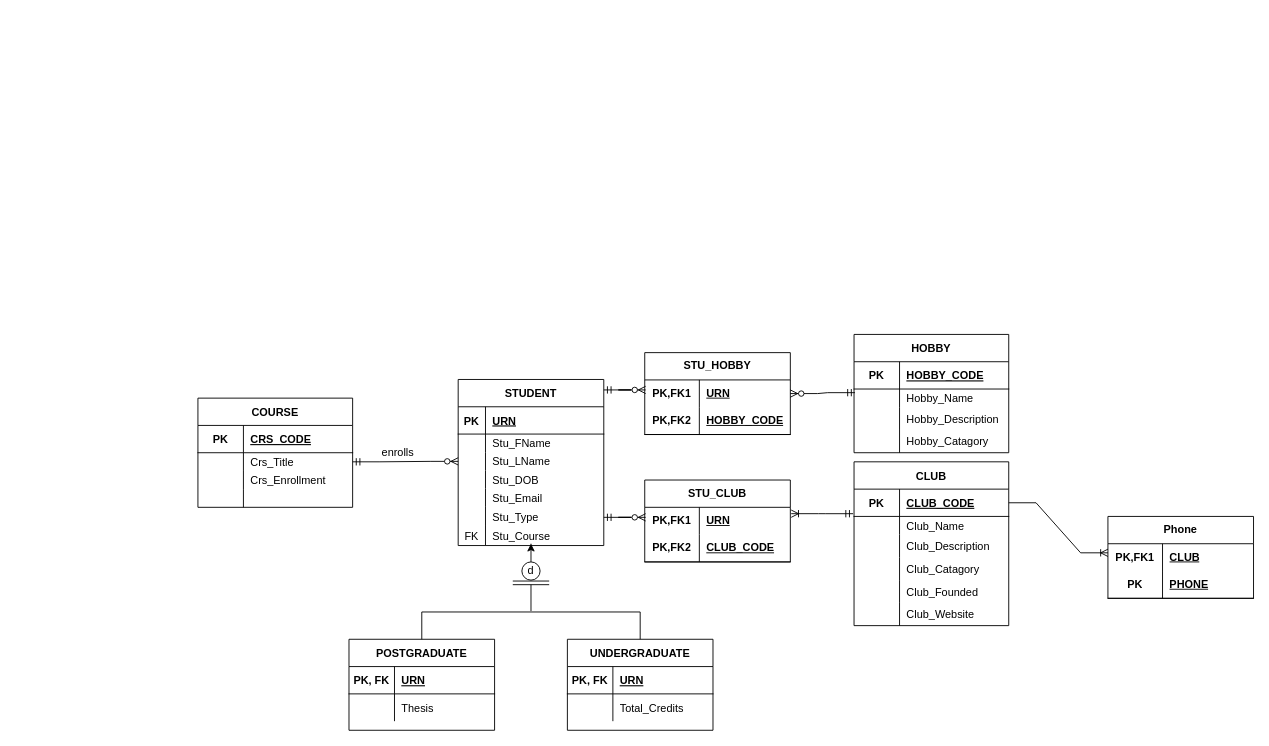
Earlier version of the draw.io diagram Pre-normalised.drawio (Fin-JNINJA/webdatabasechristmas). Source tidied: cells renumbered, new cells numbered last; positions are measured from the earlier drawing's top-left corner, leaving out a move shared by most shapes. Both pictures are drawn from the tidied source at 91%, with x=0, y=0 at pixel (197, 334).
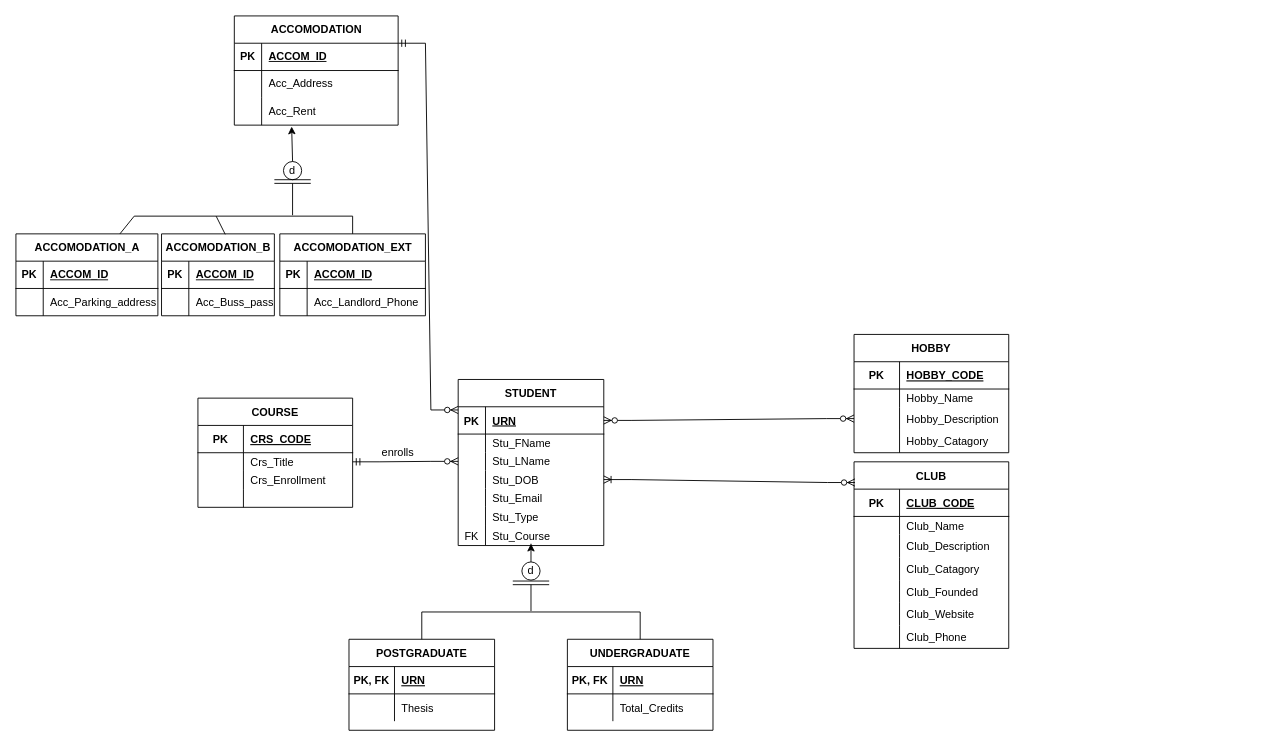
Above is the later version.

Unchanged cells that the change refers to:
```xml
<mxCell id="4" style="shape=partialRectangle;fillColor=none;points=[[0,0.5],[1,0.5]];portConstraint=eastwest;top=0;left=0;right=0;bottom=1;" parent="3" vertex="1">
  <mxGeometry y="30" width="160" height="30" as="geometry" />
</mxCell>
<mxCell id="13" style="shape=partialRectangle;fillColor=none;points=[[0,0.5],[1,0.5]];portConstraint=eastwest;top=0;left=0;right=0;bottom=0;" parent="3" vertex="1">
  <mxGeometry y="100" width="160" height="20" as="geometry" />
</mxCell>
<mxCell id="69" style="shape=partialRectangle;fillColor=none;points=[[0,0.5],[1,0.5]];portConstraint=eastwest;top=0;left=0;right=0;bottom=0;" parent="65" vertex="1">
  <mxGeometry y="60" width="170" height="20" as="geometry" />
</mxCell>
<mxCell id="72" style="shape=partialRectangle;fillColor=none;points=[[0,0.5],[1,0.5]];portConstraint=eastwest;top=0;left=0;right=0;bottom=0;" parent="65" vertex="1">
  <mxGeometry y="80" width="170" height="25" as="geometry" />
</mxCell>
<mxCell id="88" style="shape=partialRectangle;fillColor=none;points=[[0,0.5],[1,0.5]];portConstraint=eastwest;top=0;left=0;right=0;bottom=1;" parent="87" vertex="1">
  <mxGeometry y="30" width="170" height="30" as="geometry" />
</mxCell>
<mxCell id="91" style="shape=partialRectangle;fillColor=none;points=[[0,0.5],[1,0.5]];portConstraint=eastwest;top=0;left=0;right=0;bottom=0;" parent="87" vertex="1">
  <mxGeometry y="60" width="170" height="20" as="geometry" />
</mxCell>
```

Change to the diagram source:
```diff
@@
-    <mxCell id="78" style="edgeStyle=entityRelationEdgeStyle;fontSize=12;html=1;endArrow=ERzeroToMany;startArrow=ERmandOne;rounded=0;exitX=0.994;exitY=0.075;exitDx=0;exitDy=0;exitPerimeter=0;entryX=0.006;entryY=0.033;entryDx=0;entryDy=0;entryPerimeter=0;" parent="1" edge="1">
-      <mxGeometry relative="1" as="geometry">
-        <mxPoint x="446" y="61" as="sourcePoint" />
-        <mxPoint x="492" y="61" as="targetPoint" />
-      </mxGeometry>
-    </mxCell>
-    <mxCell id="79" value="STU_HOBBY" style="shape=table;startSize=30;childLayout=tableLayout;rowLines=0;fontStyle=1;align=center;html=1;whiteSpace=wrap;" parent="1" vertex="1">
-      <mxGeometry x="491" y="20" width="160" height="90" as="geometry" />
-    </mxCell>
-    <mxCell id="80" style="shape=tableRow;horizontal=0;startSize=0;swimlaneHead=0;swimlaneBody=0;fillColor=none;points=[[0,0.5],[1,0.5]];portConstraint=eastwest;top=0;left=0;right=0;bottom=0;html=1;" parent="79" vertex="1">
-      <mxGeometry y="30" width="160" height="30" as="geometry" />
-    </mxCell>
-    <mxCell id="81" value="PK,FK1" style="shape=partialRectangle;fillColor=none;top=0;left=0;bottom=0;right=0;fontStyle=1;overflow=hidden;html=1;whiteSpace=wrap;" parent="80" vertex="1">
-      <mxGeometry width="60" height="30" as="geometry" />
-    </mxCell>
-    <mxCell id="82" value="URN" style="shape=partialRectangle;fillColor=none;top=0;left=0;bottom=0;right=0;align=left;spacingLeft=6;fontStyle=5;overflow=hidden;html=1;whiteSpace=wrap;" parent="80" vertex="1">
-      <mxGeometry x="60" width="100" height="30" as="geometry" />
-    </mxCell>
-    <mxCell id="83" style="shape=tableRow;horizontal=0;startSize=0;swimlaneHead=0;swimlaneBody=0;fillColor=none;top=0;left=0;right=0;bottom=1;html=1;" parent="79" vertex="1">
-      <mxGeometry y="60" width="160" height="30" as="geometry" />
-    </mxCell>
-    <mxCell id="84" value="PK,FK2" style="shape=partialRectangle;fillColor=none;top=0;left=0;bottom=0;right=0;fontStyle=1;overflow=hidden;html=1;whiteSpace=wrap;" parent="83" vertex="1">
-      <mxGeometry width="60" height="30" as="geometry" />
-    </mxCell>
-    <mxCell id="85" value="HOBBY_CODE" style="shape=partialRectangle;fillColor=none;top=0;left=0;bottom=0;right=0;align=left;spacingLeft=6;fontStyle=5;overflow=hidden;html=1;whiteSpace=wrap;" parent="83" vertex="1">
-      <mxGeometry x="60" width="100" height="30" as="geometry" />
-    </mxCell>
-    <mxCell id="86" style="edgeStyle=entityRelationEdgeStyle;fontSize=12;html=1;endArrow=ERzeroToMany;startArrow=ERmandOne;rounded=0;entryX=1;entryY=0.5;entryDx=0;entryDy=0;exitX=0.006;exitY=0.2;exitDx=0;exitDy=0;exitPerimeter=0;" parent="1" edge="1" source="69" target="80">
-      <mxGeometry relative="1" as="geometry" />
-    </mxCell>
     <mxCell id="87" value="CLUB" style="shape=table;startSize=30;childLayout=tableLayout;rowLines=0;fontStyle=1;align=center;" parent="1" vertex="1">
-      <mxGeometry x="721" y="140" width="170" height="180" as="geometry" />
+      <mxGeometry x="721" y="140" width="170" height="205" as="geometry" />
     </mxCell>
@@
-    <mxCell id="106" style="edgeStyle=entityRelationEdgeStyle;fontSize=12;html=1;endArrow=ERzeroToMany;startArrow=ERmandOne;rounded=0;exitX=0.994;exitY=0.075;exitDx=0;exitDy=0;exitPerimeter=0;entryX=0.006;entryY=0.033;entryDx=0;entryDy=0;entryPerimeter=0;" parent="1" edge="1">
-      <mxGeometry relative="1" as="geometry">
-        <mxPoint x="446" y="201" as="sourcePoint" />
-        <mxPoint x="492" y="201" as="targetPoint" />
-      </mxGeometry>
-    </mxCell>
-    <mxCell id="107" value="STU_CLUB" style="shape=table;startSize=30;childLayout=tableLayout;rowLines=0;fontStyle=1;align=center;html=1;whiteSpace=wrap;" parent="1" vertex="1">
-      <mxGeometry x="491" y="160" width="160" height="90" as="geometry" />
-    </mxCell>
-    <mxCell id="108" style="shape=tableRow;horizontal=0;startSize=0;swimlaneHead=0;swimlaneBody=0;fillColor=none;points=[[0,0.5],[1,0.5]];portConstraint=eastwest;top=0;left=0;right=0;bottom=0;html=1;" parent="107" vertex="1">
-      <mxGeometry y="30" width="160" height="30" as="geometry" />
-    </mxCell>
-    <mxCell id="109" value="PK,FK1" style="shape=partialRectangle;fillColor=none;top=0;left=0;bottom=0;right=0;fontStyle=1;overflow=hidden;html=1;whiteSpace=wrap;" parent="108" vertex="1">
-      <mxGeometry width="60" height="30" as="geometry" />
-    </mxCell>
-    <mxCell id="110" value="URN" style="shape=partialRectangle;fillColor=none;top=0;left=0;bottom=0;right=0;align=left;spacingLeft=6;fontStyle=5;overflow=hidden;html=1;whiteSpace=wrap;" parent="108" vertex="1">
-      <mxGeometry x="60" width="100" height="30" as="geometry" />
-    </mxCell>
-    <mxCell id="111" style="shape=tableRow;horizontal=0;startSize=0;swimlaneHead=0;swimlaneBody=0;fillColor=none;top=0;left=0;right=0;bottom=1;html=1;" parent="107" vertex="1">
-      <mxGeometry y="60" width="160" height="30" as="geometry" />
-    </mxCell>
-    <mxCell id="112" value="PK,FK2" style="shape=partialRectangle;fillColor=none;top=0;left=0;bottom=0;right=0;fontStyle=1;overflow=hidden;html=1;whiteSpace=wrap;" parent="111" vertex="1">
-      <mxGeometry width="60" height="30" as="geometry" />
-    </mxCell>
-    <mxCell id="113" value="CLUB_CODE" style="shape=partialRectangle;fillColor=none;top=0;left=0;bottom=0;right=0;align=left;spacingLeft=6;fontStyle=5;overflow=hidden;html=1;whiteSpace=wrap;" parent="111" vertex="1">
-      <mxGeometry x="60" width="100" height="30" as="geometry" />
-    </mxCell>
-    <mxCell id="114" style="edgeStyle=entityRelationEdgeStyle;fontSize=12;html=1;endArrow=ERoneToMany;startArrow=ERmandOne;rounded=0;entryX=1.006;entryY=0.233;entryDx=0;entryDy=0;entryPerimeter=0;exitX=-0.006;exitY=-0.15;exitDx=0;exitDy=0;exitPerimeter=0;" parent="1" edge="1" source="91" target="108">
-      <mxGeometry relative="1" as="geometry" />
-    </mxCell>
-    <mxCell id="115" style="edgeStyle=entityRelationEdgeStyle;fontSize=12;html=1;endArrow=ERoneToMany;rounded=0;entryX=0;entryY=0.5;entryDx=0;entryDy=0;exitX=1;exitY=0.5;exitDx=0;exitDy=0;" parent="1" edge="1" source="88">
-      <mxGeometry relative="1" as="geometry">
-        <mxPoint x="1000" y="240" as="targetPoint" />
-      </mxGeometry>
-    </mxCell>
-    <mxCell id="116" value="Phone" style="shape=table;startSize=30;childLayout=tableLayout;rowLines=0;fontStyle=1;align=center;html=1;whiteSpace=wrap;" parent="1" vertex="1">
-      <mxGeometry x="1000" y="200" width="160" height="90" as="geometry" />
-    </mxCell>
-    <mxCell id="117" style="shape=tableRow;horizontal=0;startSize=0;swimlaneHead=0;swimlaneBody=0;fillColor=none;top=0;left=0;right=0;bottom=0;html=1;" parent="116" vertex="1">
-      <mxGeometry y="30" width="160" height="30" as="geometry" />
-    </mxCell>
-    <mxCell id="118" value="PK,FK1" style="shape=partialRectangle;fillColor=none;top=0;left=0;bottom=0;right=0;fontStyle=1;overflow=hidden;html=1;whiteSpace=wrap;" parent="117" vertex="1">
-      <mxGeometry width="60" height="30" as="geometry" />
-    </mxCell>
-    <mxCell id="119" value="CLUB" style="shape=partialRectangle;fillColor=none;top=0;left=0;bottom=0;right=0;align=left;spacingLeft=6;fontStyle=5;overflow=hidden;html=1;whiteSpace=wrap;" parent="117" vertex="1">
-      <mxGeometry x="60" width="100" height="30" as="geometry" />
-    </mxCell>
-    <mxCell id="120" style="shape=tableRow;horizontal=0;startSize=0;swimlaneHead=0;swimlaneBody=0;fillColor=none;top=0;left=0;right=0;bottom=1;html=1;" parent="116" vertex="1">
-      <mxGeometry y="60" width="160" height="30" as="geometry" />
-    </mxCell>
-    <mxCell id="121" value="PK" style="shape=partialRectangle;fillColor=none;top=0;left=0;bottom=0;right=0;fontStyle=1;overflow=hidden;html=1;whiteSpace=wrap;" parent="120" vertex="1">
-      <mxGeometry width="60" height="30" as="geometry" />
-    </mxCell>
-    <mxCell id="122" value="PHONE" style="shape=partialRectangle;fillColor=none;top=0;left=0;bottom=0;right=0;align=left;spacingLeft=6;fontStyle=5;overflow=hidden;html=1;whiteSpace=wrap;" parent="120" vertex="1">
-      <mxGeometry x="60" width="100" height="30" as="geometry" />
-    </mxCell>
+    <mxCell id="123" style="shape=partialRectangle;fillColor=none;top=0;left=0;right=0;bottom=0;" parent="87" vertex="1">
+      <mxGeometry y="180" width="170" height="25" as="geometry" />
+    </mxCell>
+    <mxCell id="124" style="shape=partialRectangle;overflow=hidden;fillColor=none;top=0;left=0;bottom=0;right=0;" parent="123" vertex="1">
+      <mxGeometry width="50" height="25" as="geometry" />
+    </mxCell>
+    <mxCell id="125" value="Club_Phone" style="shape=partialRectangle;overflow=hidden;fillColor=none;top=0;left=0;bottom=0;right=0;align=left;spacingLeft=6;" parent="123" vertex="1">
+      <mxGeometry x="50" width="120" height="25" as="geometry" />
+    </mxCell>
+    <mxCell id="126" style="edgeStyle=entityRelationEdgeStyle;fontSize=12;html=1;endArrow=ERzeroToMany;endFill=1;startArrow=ERzeroToMany;rounded=0;entryX=0;entryY=0.5;entryDx=0;entryDy=0;exitX=1;exitY=0.5;exitDx=0;exitDy=0;" parent="1" edge="1" source="4" target="72">
+      <mxGeometry relative="1" as="geometry" />
+    </mxCell>
+    <mxCell id="127" style="edgeStyle=entityRelationEdgeStyle;fontSize=12;html=1;endArrow=ERoneToMany;startArrow=ERzeroToMany;rounded=0;entryX=1;entryY=0.5;entryDx=0;entryDy=0;exitX=0.006;exitY=0.111;exitDx=0;exitDy=0;exitPerimeter=0;" parent="1" edge="1" source="87" target="13">
+      <mxGeometry relative="1" as="geometry" />
+    </mxCell>
+    <mxCell id="128" value="ACCOMODATION" style="shape=table;startSize=30;childLayout=tableLayout;rowLines=0;fontStyle=1;align=center;html=1;" parent="1" vertex="1">
+      <mxGeometry x="40" y="-350" width="180" height="120" as="geometry" />
+    </mxCell>
+    <mxCell id="129" style="shape=tableRow;horizontal=0;startSize=0;swimlaneHead=0;swimlaneBody=0;fillColor=none;top=0;left=0;right=0;bottom=1;" parent="128" vertex="1">
+      <mxGeometry y="30" width="180" height="30" as="geometry" />
+    </mxCell>
+    <mxCell id="130" value="PK" style="shape=partialRectangle;fillColor=none;top=0;left=0;bottom=0;right=0;fontStyle=1;overflow=hidden;whiteSpace=wrap;html=1;" parent="129" vertex="1">
+      <mxGeometry width="30" height="30" as="geometry" />
+    </mxCell>
+    <mxCell id="131" value="ACCOM_ID" style="shape=partialRectangle;fillColor=none;top=0;left=0;bottom=0;right=0;align=left;spacingLeft=6;fontStyle=5;overflow=hidden;whiteSpace=wrap;html=1;" parent="129" vertex="1">
+      <mxGeometry x="30" width="150" height="30" as="geometry" />
+    </mxCell>
+    <mxCell id="132" style="shape=tableRow;horizontal=0;startSize=0;swimlaneHead=0;swimlaneBody=0;fillColor=none;top=0;left=0;right=0;bottom=0;" parent="128" vertex="1">
+      <mxGeometry y="60" width="180" height="30" as="geometry" />
+    </mxCell>
+    <mxCell id="133" style="shape=partialRectangle;fillColor=none;top=0;left=0;bottom=0;right=0;overflow=hidden;whiteSpace=wrap;html=1;" parent="132" vertex="1">
+      <mxGeometry width="30" height="30" as="geometry" />
+    </mxCell>
+    <mxCell id="134" value="Acc_Address" style="shape=partialRectangle;fillColor=none;top=0;left=0;bottom=0;right=0;align=left;spacingLeft=6;overflow=hidden;whiteSpace=wrap;html=1;" parent="132" vertex="1">
+      <mxGeometry x="30" width="150" height="30" as="geometry" />
+    </mxCell>
+    <mxCell id="135" style="shape=tableRow;horizontal=0;startSize=0;swimlaneHead=0;swimlaneBody=0;fillColor=none;points=[[0,0.5],[1,0.5]];portConstraint=eastwest;top=0;left=0;right=0;bottom=0;" parent="128" vertex="1">
+      <mxGeometry y="90" width="180" height="30" as="geometry" />
+    </mxCell>
+    <mxCell id="136" style="shape=partialRectangle;fillColor=none;top=0;left=0;bottom=0;right=0;overflow=hidden;whiteSpace=wrap;html=1;" parent="135" vertex="1">
+      <mxGeometry width="30" height="30" as="geometry" />
+    </mxCell>
+    <mxCell id="137" value="Acc_Rent" style="shape=partialRectangle;fillColor=none;top=0;left=0;bottom=0;right=0;align=left;spacingLeft=6;overflow=hidden;whiteSpace=wrap;html=1;" parent="135" vertex="1">
+      <mxGeometry x="30" width="150" height="30" as="geometry" />
+    </mxCell>
+    <mxCell id="138" style="ellipse;whiteSpace=wrap;html=1;" parent="1" vertex="1">
+      <mxGeometry x="94" y="-190" width="20" height="20" as="geometry" />
+    </mxCell>
+    <mxCell id="139" value="d" style="text;html=1;strokeColor=none;fillColor=none;align=center;verticalAlign=middle;whiteSpace=wrap;rounded=0;" parent="1" vertex="1">
+      <mxGeometry x="84" y="-190" width="40" height="20" as="geometry" />
+    </mxCell>
+    <mxCell id="140" style="endArrow=classic;html=1;rounded=0;entryX=0.35;entryY=1.053;entryDx=0;entryDy=0;entryPerimeter=0;exitX=0.5;exitY=0;exitDx=0;exitDy=0;" parent="1" edge="1" source="139" target="135">
+      <mxGeometry relative="1" as="geometry" />
+    </mxCell>
+    <mxCell id="141" value="ACCOMODATION_A" style="shape=table;startSize=30;childLayout=tableLayout;rowLines=0;fontStyle=1;align=center;html=1;" parent="1" vertex="1">
+      <mxGeometry x="-200" y="-110.5" width="156" height="90" as="geometry" />
+    </mxCell>
+    <mxCell id="142" style="shape=tableRow;horizontal=0;startSize=0;swimlaneHead=0;swimlaneBody=0;fillColor=none;top=0;left=0;right=0;bottom=1;" parent="141" vertex="1">
+      <mxGeometry y="30" width="156" height="30" as="geometry" />
+    </mxCell>
+    <mxCell id="143" value="PK" style="shape=partialRectangle;fillColor=none;top=0;left=0;bottom=0;right=0;fontStyle=1;overflow=hidden;whiteSpace=wrap;html=1;" parent="142" vertex="1">
+      <mxGeometry width="30" height="30" as="geometry" />
+    </mxCell>
+    <mxCell id="144" value="ACCOM_ID" style="shape=partialRectangle;fillColor=none;top=0;left=0;bottom=0;right=0;align=left;spacingLeft=6;fontStyle=5;overflow=hidden;whiteSpace=wrap;html=1;" parent="142" vertex="1">
+      <mxGeometry x="30" width="126" height="30" as="geometry" />
+    </mxCell>
+    <mxCell id="145" style="shape=tableRow;horizontal=0;startSize=0;swimlaneHead=0;swimlaneBody=0;fillColor=none;top=0;left=0;right=0;bottom=0;" parent="141" vertex="1">
+      <mxGeometry y="60" width="156" height="30" as="geometry" />
+    </mxCell>
+    <mxCell id="146" style="shape=partialRectangle;fillColor=none;top=0;left=0;bottom=0;right=0;overflow=hidden;whiteSpace=wrap;html=1;" parent="145" vertex="1">
+      <mxGeometry width="30" height="30" as="geometry" />
+    </mxCell>
+    <mxCell id="147" value="Acc_Parking_address" style="shape=partialRectangle;fillColor=none;top=0;left=0;bottom=0;right=0;align=left;spacingLeft=6;overflow=hidden;whiteSpace=wrap;html=1;" parent="145" vertex="1">
+      <mxGeometry x="30" width="126" height="30" as="geometry" />
+    </mxCell>
+    <mxCell id="148" value="ACCOMODATION_B" style="shape=table;startSize=30;childLayout=tableLayout;rowLines=0;fontStyle=1;align=center;html=1;" parent="1" vertex="1">
+      <mxGeometry x="-40" y="-110.5" width="124" height="90" as="geometry" />
+    </mxCell>
+    <mxCell id="149" style="shape=tableRow;horizontal=0;startSize=0;swimlaneHead=0;swimlaneBody=0;fillColor=none;top=0;left=0;right=0;bottom=1;" parent="148" vertex="1">
+      <mxGeometry y="30" width="124" height="30" as="geometry" />
+    </mxCell>
+    <mxCell id="150" value="PK" style="shape=partialRectangle;fillColor=none;top=0;left=0;bottom=0;right=0;fontStyle=1;overflow=hidden;whiteSpace=wrap;html=1;" parent="149" vertex="1">
+      <mxGeometry width="30" height="30" as="geometry" />
+    </mxCell>
+    <mxCell id="151" value="ACCOM_ID" style="shape=partialRectangle;fillColor=none;top=0;left=0;bottom=0;right=0;align=left;spacingLeft=6;fontStyle=5;overflow=hidden;whiteSpace=wrap;html=1;" parent="149" vertex="1">
+      <mxGeometry x="30" width="94" height="30" as="geometry" />
+    </mxCell>
+    <mxCell id="152" style="shape=tableRow;horizontal=0;startSize=0;swimlaneHead=0;swimlaneBody=0;fillColor=none;top=0;left=0;right=0;bottom=0;" parent="148" vertex="1">
+      <mxGeometry y="60" width="124" height="30" as="geometry" />
+    </mxCell>
+    <mxCell id="153" style="shape=partialRectangle;fillColor=none;top=0;left=0;bottom=0;right=0;overflow=hidden;whiteSpace=wrap;html=1;" parent="152" vertex="1">
+      <mxGeometry width="30" height="30" as="geometry" />
+    </mxCell>
+    <mxCell id="154" value="Acc_Buss_pass" style="shape=partialRectangle;fillColor=none;top=0;left=0;bottom=0;right=0;align=left;spacingLeft=6;overflow=hidden;whiteSpace=wrap;html=1;" parent="152" vertex="1">
+      <mxGeometry x="30" width="94" height="30" as="geometry" />
+    </mxCell>
+    <mxCell id="155" style="endArrow=none;html=1;rounded=0;" parent="1" edge="1">
+      <mxGeometry relative="1" as="geometry">
+        <mxPoint x="-70" y="-130" as="sourcePoint" />
+        <mxPoint x="20" y="-130" as="targetPoint" />
+      </mxGeometry>
+    </mxCell>
+    <mxCell id="156" style="endArrow=none;html=1;rounded=0;" parent="1" edge="1" source="141">
+      <mxGeometry relative="1" as="geometry">
+        <mxPoint x="-70" y="-130" as="targetPoint" />
+      </mxGeometry>
+    </mxCell>
+    <mxCell id="157" style="endArrow=none;html=1;rounded=0;" parent="1" edge="1">
+      <mxGeometry relative="1" as="geometry">
+        <mxPoint x="30" y="-110" as="sourcePoint" />
+        <mxPoint x="20" y="-130" as="targetPoint" />
+      </mxGeometry>
+    </mxCell>
+    <mxCell id="158" value="ACCOMODATION_EXT" style="shape=table;startSize=30;childLayout=tableLayout;rowLines=0;fontStyle=1;align=center;html=1;" parent="1" vertex="1">
+      <mxGeometry x="90" y="-110.5" width="160" height="90" as="geometry" />
+    </mxCell>
+    <mxCell id="159" style="shape=tableRow;horizontal=0;startSize=0;swimlaneHead=0;swimlaneBody=0;fillColor=none;top=0;left=0;right=0;bottom=1;" parent="158" vertex="1">
+      <mxGeometry y="30" width="160" height="30" as="geometry" />
+    </mxCell>
+    <mxCell id="160" value="PK" style="shape=partialRectangle;fillColor=none;top=0;left=0;bottom=0;right=0;fontStyle=1;overflow=hidden;whiteSpace=wrap;html=1;" parent="159" vertex="1">
+      <mxGeometry width="30" height="30" as="geometry" />
+    </mxCell>
+    <mxCell id="161" value="ACCOM_ID" style="shape=partialRectangle;fillColor=none;top=0;left=0;bottom=0;right=0;align=left;spacingLeft=6;fontStyle=5;overflow=hidden;whiteSpace=wrap;html=1;" parent="159" vertex="1">
+      <mxGeometry x="30" width="130" height="30" as="geometry" />
+    </mxCell>
+    <mxCell id="162" style="shape=tableRow;horizontal=0;startSize=0;swimlaneHead=0;swimlaneBody=0;fillColor=none;top=0;left=0;right=0;bottom=0;" parent="158" vertex="1">
+      <mxGeometry y="60" width="160" height="30" as="geometry" />
+    </mxCell>
+    <mxCell id="163" style="shape=partialRectangle;fillColor=none;top=0;left=0;bottom=0;right=0;overflow=hidden;whiteSpace=wrap;html=1;" parent="162" vertex="1">
+      <mxGeometry width="30" height="30" as="geometry" />
+    </mxCell>
+    <mxCell id="164" value="Acc_Landlord_Phone" style="shape=partialRectangle;fillColor=none;top=0;left=0;bottom=0;right=0;align=left;spacingLeft=6;overflow=hidden;whiteSpace=wrap;html=1;" parent="162" vertex="1">
+      <mxGeometry x="30" width="130" height="30" as="geometry" />
+    </mxCell>
+    <mxCell id="165" style="endArrow=none;html=1;rounded=0;" parent="1" edge="1">
+      <mxGeometry relative="1" as="geometry">
+        <mxPoint x="20" y="-130" as="sourcePoint" />
+        <mxPoint x="170" y="-130" as="targetPoint" />
+      </mxGeometry>
+    </mxCell>
+    <mxCell id="166" style="endArrow=none;html=1;rounded=0;" parent="1" edge="1" source="158">
+      <mxGeometry relative="1" as="geometry">
+        <mxPoint x="170" y="-130" as="targetPoint" />
+      </mxGeometry>
+    </mxCell>
+    <mxCell id="167" style="edgeStyle=entityRelationEdgeStyle;fontSize=12;html=1;endArrow=ERzeroToMany;startArrow=ERmandOne;rounded=0;exitX=0.999;exitY=0.167;exitDx=0;exitDy=0;exitPerimeter=0;entryX=0;entryY=0.5;entryDx=0;entryDy=0;" parent="1" edge="1">
+      <mxGeometry relative="1" as="geometry">
+        <mxPoint x="220" y="-320" as="sourcePoint" />
+        <mxPoint x="286" y="83" as="targetPoint" />
+        <Array as="points">
+          <mxPoint x="460" y="50" />
+        </Array>
+      </mxGeometry>
+    </mxCell>
+    <mxCell id="168" style="endArrow=none;html=1;rounded=0;" parent="1" edge="1">
+      <mxGeometry relative="1" as="geometry">
+        <mxPoint x="104" y="-131" as="sourcePoint" />
+        <mxPoint x="104" y="-166" as="targetPoint" />
+      </mxGeometry>
+    </mxCell>
+    <mxCell id="169" style="endArrow=none;html=1;" parent="1" edge="1">
+      <mxGeometry relative="1" as="geometry">
+        <mxPoint x="84" y="-166" as="sourcePoint" />
+        <mxPoint x="124" y="-166" as="targetPoint" />
+      </mxGeometry>
+    </mxCell>
+    <mxCell id="170" style="endArrow=none;html=1;" parent="1" edge="1">
+      <mxGeometry relative="1" as="geometry">
+        <mxPoint x="84" y="-170" as="sourcePoint" />
+        <mxPoint x="124" y="-170" as="targetPoint" />
+      </mxGeometry>
+    </mxCell>
```
